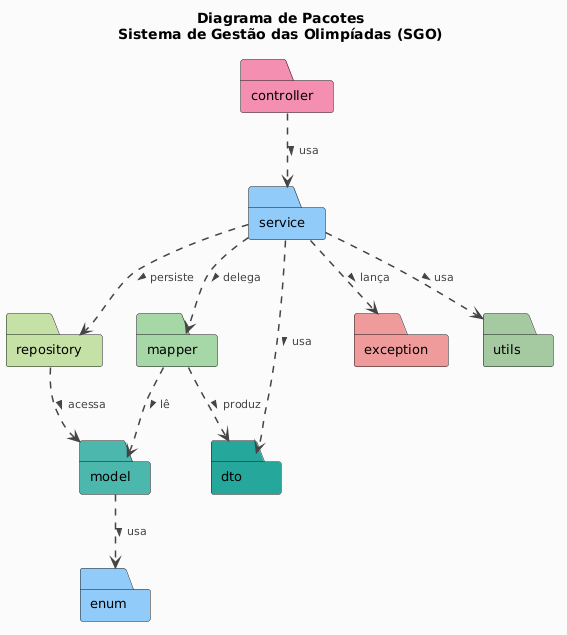
Before: sgo/imagens/diagrama-de-pacotes.png, a diagram exported from PlantUML (LauraPontara/projeto-de-software). Its source is kept beside it as sgo/codigos/diagrama-de-pacotes.puml. Source of this version:
```plantuml
@startuml diagrama-de-pacotes-sgo

title Diagrama de Pacotes\nSistema de Gestão das Olimpíadas (SGO)

skinparam backgroundColor #FAFAFA
skinparam shadowing false
skinparam defaultFontName Arial
skinparam defaultFontSize 13

skinparam package {
  BorderThickness 2
  FontStyle bold
  FontSize 14
}

skinparam arrow {
  Color       #444444
  FontColor   #444444
  FontSize    11
  Thickness   1.5
}


package "controller" <<Folder>> #F48FB1 {
}

package "service" <<Folder>> #90CAF9 {
}

package "repository" <<Folder>> #C5E1A5 {
}

package "model" <<Folder>> #4DB6AC {
}

package "dto" <<Folder>> #26A69A {
}

package "mapper" <<Folder>> #A5D6A7 {
}

package "exception" <<Folder>> #EF9A9A {
}

package "enum" <<Folder>> #90CAF9 {
}

package "utils" <<Folder>> #A5C8A0 {
}


controller ..> service : usa >

service ..> exception : lança >

service ..> dto : usa >

service ..> repository : persiste >

repository ..> model : acessa >

mapper ..> model : lê >
mapper ..> dto   : produz >

service ..> mapper : delega >

model ..> enum : usa >

service ..> utils : usa >

@enduml
```
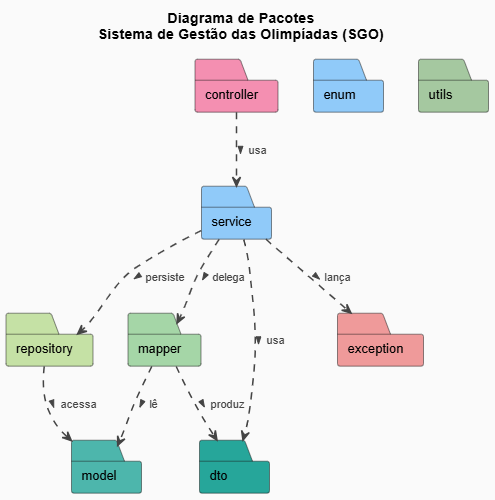
The same diagram one commit later.

Commit message:
Atualiza diagrama de pacotes

The edit, as a diff of the source:
```diff
@@ -64,8 +64,4 @@
 
 service ..> mapper : delega >
 
-model ..> enum : usa >
-
-service ..> utils : usa >
-
 @enduml
```
